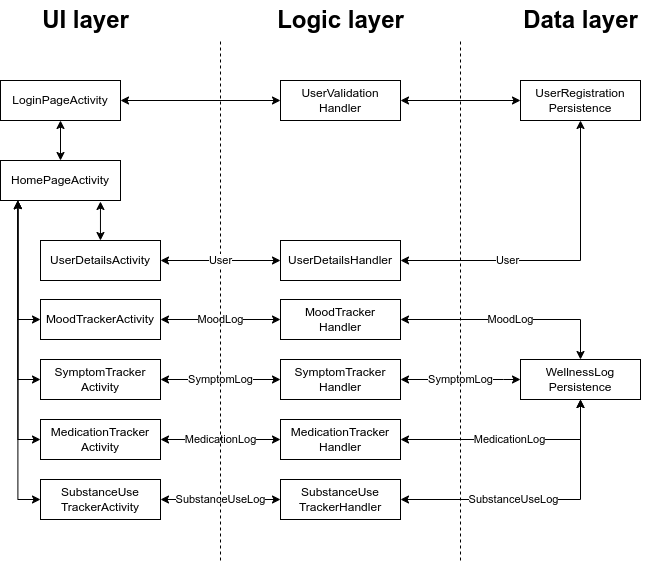
Before: docs/architecture-1.png, a diagram exported from draw.io (alveejawad/WellSync). Source tidied: cells renumbered, new cells last; positions are measured from the earlier drawing's top-left corner, leaving out a move shared by most shapes.
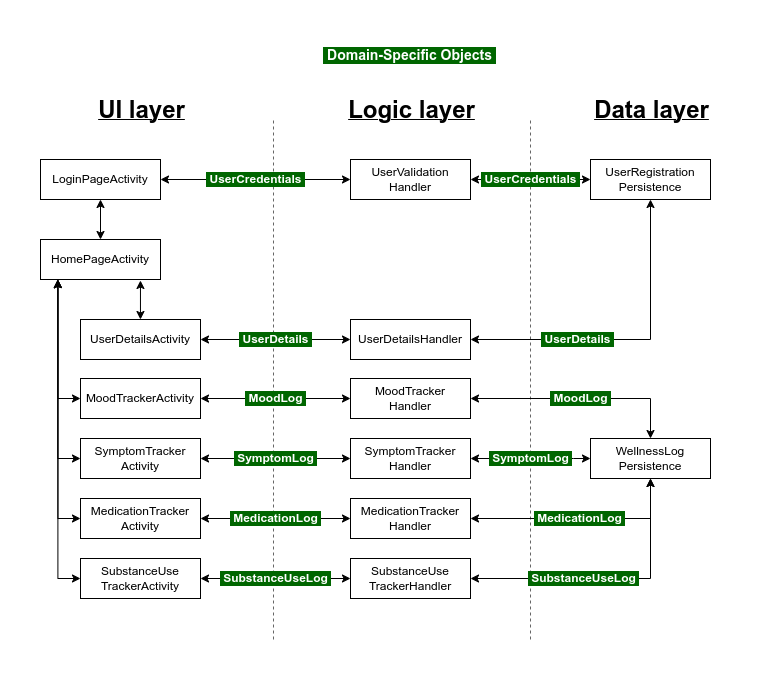
The same file after the commit.

Commit message:
Documentation cleanup; updated arch-1 diagram

Diff of the diagram source:
```diff
@@ -2,44 +2,56 @@
   <root>
     <mxCell id="0" />
     <mxCell id="1" parent="0" />
+    <mxCell id="33" style="endArrow=none;dashed=1;html=1;rounded=0;labelBackgroundColor=default;strokeColor=#666666;strokeWidth=1;align=center;verticalAlign=middle;fontFamily=Helvetica;fontSize=11;fontColor=default;shape=connector;edgeStyle=orthogonalEdgeStyle;" parent="1" edge="1">
+      <mxGeometry relative="1" as="geometry">
+        <mxPoint x="233" y="580" as="sourcePoint" />
+        <mxPoint x="233" y="60" as="targetPoint" />
+      </mxGeometry>
+    </mxCell>
+    <mxCell id="34" style="endArrow=none;dashed=1;html=1;rounded=0;labelBackgroundColor=default;strokeColor=#666666;strokeWidth=1;align=center;verticalAlign=middle;fontFamily=Helvetica;fontSize=11;fontColor=default;shape=connector;edgeStyle=orthogonalEdgeStyle;" parent="1" edge="1">
+      <mxGeometry relative="1" as="geometry">
+        <mxPoint x="490" y="580" as="sourcePoint" />
+        <mxPoint x="490" y="60" as="targetPoint" />
+      </mxGeometry>
+    </mxCell>
-    <mxCell id="2" style="edgeStyle=orthogonalEdgeStyle;shape=connector;rounded=0;jettySize=auto;html=1;exitX=1;exitY=0.5;exitDx=0;exitDy=0;labelBackgroundColor=default;strokeColor=default;strokeWidth=1;align=center;verticalAlign=middle;fontFamily=Helvetica;fontSize=11;fontColor=default;startArrow=classic;startFill=1;endArrow=classic;" parent="1" edge="1" source="3" target="19">
+    <mxCell id="2" value="&amp;nbsp;UserCredentials&amp;nbsp;" style="edgeStyle=orthogonalEdgeStyle;shape=connector;rounded=0;jettySize=auto;html=1;exitX=1;exitY=0.5;exitDx=0;exitDy=0;labelBackgroundColor=#006600;strokeColor=default;strokeWidth=1;align=center;verticalAlign=middle;fontFamily=Helvetica;fontSize=12;fontColor=#FFFFFF;startArrow=classic;startFill=1;endArrow=classic;fontStyle=1;" parent="1" edge="1" source="3" target="19">
       <mxGeometry relative="1" as="geometry" />
     </mxCell>
     <mxCell id="3" value="LoginPageActivity" style="rounded=0;whiteSpace=wrap;html=1;" parent="1" vertex="1">
-      <mxGeometry y="80" width="120" height="40" as="geometry" />
+      <mxGeometry y="100" width="120" height="40" as="geometry" />
     </mxCell>
     <mxCell id="4" style="edgeStyle=orthogonalEdgeStyle;rounded=0;jettySize=auto;html=1;startArrow=classic;startFill=1;" parent="1" edge="1" source="5" target="3">
       <mxGeometry relative="1" as="geometry" />
     </mxCell>
     <mxCell id="5" value="HomePageActivity" style="rounded=0;whiteSpace=wrap;html=1;" parent="1" vertex="1">
-      <mxGeometry y="160" width="120" height="40" as="geometry" />
+      <mxGeometry y="180" width="120" height="40" as="geometry" />
     </mxCell>
-    <mxCell id="6" value="MoodLog" style="edgeStyle=orthogonalEdgeStyle;shape=connector;rounded=0;jettySize=auto;html=1;exitX=1;exitY=0.5;exitDx=0;exitDy=0;entryX=0;entryY=0.5;entryDx=0;entryDy=0;labelBackgroundColor=default;strokeColor=default;strokeWidth=1;align=center;verticalAlign=middle;fontFamily=Helvetica;fontSize=11;fontColor=default;startArrow=classic;startFill=1;endArrow=classic;" parent="1" edge="1" source="7" target="20">
+    <mxCell id="6" value="&amp;nbsp;MoodLog&amp;nbsp;" style="edgeStyle=orthogonalEdgeStyle;shape=connector;rounded=0;jettySize=auto;html=1;exitX=1;exitY=0.5;exitDx=0;exitDy=0;entryX=0;entryY=0.5;entryDx=0;entryDy=0;labelBackgroundColor=#006600;strokeColor=default;strokeWidth=1;align=center;verticalAlign=middle;fontFamily=Helvetica;fontSize=12;fontColor=#FFFFFF;startArrow=classic;startFill=1;endArrow=classic;fontStyle=1;" parent="1" edge="1" source="7" target="20">
       <mxGeometry relative="1" as="geometry" />
     </mxCell>
     <mxCell id="7" value="MoodTrackerActivity" style="rounded=0;whiteSpace=wrap;html=1;" parent="1" vertex="1">
-      <mxGeometry x="40" y="299" width="120" height="40" as="geometry" />
+      <mxGeometry x="40" y="319" width="120" height="40" as="geometry" />
     </mxCell>
-    <mxCell id="8" value="SymptomLog" style="edgeStyle=orthogonalEdgeStyle;shape=connector;rounded=0;jettySize=auto;html=1;exitX=1;exitY=0.5;exitDx=0;exitDy=0;labelBackgroundColor=default;strokeColor=default;strokeWidth=1;align=center;verticalAlign=middle;fontFamily=Helvetica;fontSize=11;fontColor=default;startArrow=classic;startFill=1;endArrow=classic;" parent="1" edge="1" source="9" target="22">
+    <mxCell id="8" value="&amp;nbsp;SymptomLog&amp;nbsp;" style="edgeStyle=orthogonalEdgeStyle;shape=connector;rounded=0;jettySize=auto;html=1;exitX=1;exitY=0.5;exitDx=0;exitDy=0;labelBackgroundColor=#006600;strokeColor=default;strokeWidth=1;align=center;verticalAlign=middle;fontFamily=Helvetica;fontSize=12;fontColor=#FFFFFF;startArrow=classic;startFill=1;endArrow=classic;fontStyle=1;" parent="1" edge="1" source="9" target="22">
       <mxGeometry relative="1" as="geometry" />
     </mxCell>
     <mxCell id="9" value="SymptomTracker&lt;br&gt;Activity" style="rounded=0;whiteSpace=wrap;html=1;" parent="1" vertex="1">
-      <mxGeometry x="40" y="359" width="120" height="40" as="geometry" />
+      <mxGeometry x="40" y="379" width="120" height="40" as="geometry" />
     </mxCell>
-    <mxCell id="10" value="MedicationLog" style="edgeStyle=orthogonalEdgeStyle;shape=connector;rounded=0;jettySize=auto;html=1;exitX=1;exitY=0.5;exitDx=0;exitDy=0;entryX=0;entryY=0.5;entryDx=0;entryDy=0;labelBackgroundColor=default;strokeColor=default;strokeWidth=1;align=center;verticalAlign=middle;fontFamily=Helvetica;fontSize=11;fontColor=default;startArrow=classic;startFill=1;endArrow=classic;" parent="1" edge="1" source="11" target="24">
+    <mxCell id="10" value="&amp;nbsp;MedicationLog&amp;nbsp;" style="edgeStyle=orthogonalEdgeStyle;shape=connector;rounded=0;jettySize=auto;html=1;exitX=1;exitY=0.5;exitDx=0;exitDy=0;entryX=0;entryY=0.5;entryDx=0;entryDy=0;labelBackgroundColor=#006600;strokeColor=default;strokeWidth=1;align=center;verticalAlign=middle;fontFamily=Helvetica;fontSize=12;fontColor=#FFFFFF;startArrow=classic;startFill=1;endArrow=classic;fontStyle=1;" parent="1" edge="1" source="11" target="24">
       <mxGeometry relative="1" as="geometry" />
     </mxCell>
     <mxCell id="11" value="MedicationTracker&lt;br&gt;Activity" style="rounded=0;whiteSpace=wrap;html=1;" parent="1" vertex="1">
-      <mxGeometry x="40" y="419" width="120" height="40" as="geometry" />
+      <mxGeometry x="40" y="439" width="120" height="40" as="geometry" />
     </mxCell>
     <mxCell id="12" style="edgeStyle=orthogonalEdgeStyle;rounded=0;jettySize=auto;html=1;exitX=0;exitY=0.5;exitDx=0;exitDy=0;startArrow=classic;startFill=1;entryX=0.145;entryY=1.004;entryDx=0;entryDy=0;entryPerimeter=0;" parent="1" edge="1" source="14" target="5">
       <mxGeometry relative="1" as="geometry" />
     </mxCell>
-    <mxCell id="13" value="SubstanceUseLog" style="edgeStyle=orthogonalEdgeStyle;shape=connector;rounded=0;jettySize=auto;html=1;exitX=1;exitY=0.5;exitDx=0;exitDy=0;entryX=0;entryY=0.5;entryDx=0;entryDy=0;labelBackgroundColor=default;strokeColor=default;strokeWidth=1;align=center;verticalAlign=middle;fontFamily=Helvetica;fontSize=11;fontColor=default;startArrow=classic;startFill=1;endArrow=classic;" parent="1" edge="1" source="14" target="25">
+    <mxCell id="13" value="&amp;nbsp;SubstanceUseLog&amp;nbsp;" style="edgeStyle=orthogonalEdgeStyle;shape=connector;rounded=0;jettySize=auto;html=1;exitX=1;exitY=0.5;exitDx=0;exitDy=0;entryX=0;entryY=0.5;entryDx=0;entryDy=0;labelBackgroundColor=#006600;strokeColor=default;strokeWidth=1;align=center;verticalAlign=middle;fontFamily=Helvetica;fontSize=12;fontColor=#FFFFFF;startArrow=classic;startFill=1;endArrow=classic;fontStyle=1;" parent="1" edge="1" source="14" target="25">
       <mxGeometry relative="1" as="geometry" />
     </mxCell>
     <mxCell id="14" value="SubstanceUse&lt;br&gt;TrackerActivity" style="rounded=0;whiteSpace=wrap;html=1;" parent="1" vertex="1">
-      <mxGeometry x="40" y="479" width="120" height="40" as="geometry" />
+      <mxGeometry x="40" y="499" width="120" height="40" as="geometry" />
     </mxCell>
     <mxCell id="15" style="edgeStyle=orthogonalEdgeStyle;rounded=0;jettySize=auto;html=1;exitX=0;exitY=0.5;exitDx=0;exitDy=0;entryX=0.145;entryY=1.003;entryDx=0;entryDy=0;entryPerimeter=0;startArrow=classic;startFill=1;strokeWidth=1;" parent="1" edge="1" source="7" target="5">
       <mxGeometry relative="1" as="geometry" />
@@ -50,82 +62,73 @@
     <mxCell id="17" style="edgeStyle=orthogonalEdgeStyle;rounded=0;jettySize=auto;html=1;exitX=0;exitY=0.5;exitDx=0;exitDy=0;entryX=0.145;entryY=1;entryDx=0;entryDy=0;entryPerimeter=0;startArrow=classic;startFill=1;" parent="1" edge="1" source="11" target="5">
       <mxGeometry relative="1" as="geometry" />
     </mxCell>
-    <mxCell id="18" style="edgeStyle=orthogonalEdgeStyle;shape=connector;rounded=0;jettySize=auto;html=1;exitX=1;exitY=0.5;exitDx=0;exitDy=0;labelBackgroundColor=default;strokeColor=default;strokeWidth=1;align=center;verticalAlign=middle;fontFamily=Helvetica;fontSize=11;fontColor=default;startArrow=classic;startFill=1;endArrow=classic;" parent="1" edge="1" source="19" target="29">
+    <mxCell id="18" value="&amp;nbsp;UserCredentials&amp;nbsp;" style="edgeStyle=orthogonalEdgeStyle;shape=connector;rounded=0;jettySize=auto;html=1;exitX=1;exitY=0.5;exitDx=0;exitDy=0;labelBackgroundColor=#006600;strokeColor=default;strokeWidth=1;align=center;verticalAlign=middle;fontFamily=Helvetica;fontSize=12;fontColor=#FFFFFF;startArrow=classic;startFill=1;endArrow=classic;fontStyle=1;" parent="1" edge="1" source="19" target="29">
       <mxGeometry relative="1" as="geometry" />
     </mxCell>
     <mxCell id="19" value="UserValidation&lt;br&gt;Handler" style="rounded=0;whiteSpace=wrap;html=1;" parent="1" vertex="1">
-      <mxGeometry x="280" y="80" width="120" height="40" as="geometry" />
+      <mxGeometry x="310" y="100" width="120" height="40" as="geometry" />
     </mxCell>
     <mxCell id="20" value="MoodTracker&lt;br&gt;Handler" style="rounded=0;whiteSpace=wrap;html=1;" parent="1" vertex="1">
-      <mxGeometry x="280" y="299" width="120" height="40" as="geometry" />
+      <mxGeometry x="310" y="319" width="120" height="40" as="geometry" />
     </mxCell>
-    <mxCell id="21" value="SymptomLog" style="edgeStyle=orthogonalEdgeStyle;shape=connector;rounded=0;jettySize=auto;html=1;exitX=1;exitY=0.5;exitDx=0;exitDy=0;entryX=0;entryY=0.5;entryDx=0;entryDy=0;labelBackgroundColor=default;strokeColor=default;strokeWidth=1;align=center;verticalAlign=middle;fontFamily=Helvetica;fontSize=11;fontColor=default;startArrow=classic;startFill=1;endArrow=classic;" parent="1" edge="1" source="22" target="27">
+    <mxCell id="21" value="&amp;nbsp;SymptomLog&amp;nbsp;" style="edgeStyle=orthogonalEdgeStyle;shape=connector;rounded=0;jettySize=auto;html=1;exitX=1;exitY=0.5;exitDx=0;exitDy=0;entryX=0;entryY=0.5;entryDx=0;entryDy=0;labelBackgroundColor=#006600;strokeColor=default;strokeWidth=1;align=center;verticalAlign=middle;fontFamily=Helvetica;fontSize=12;fontColor=#FFFFFF;startArrow=classic;startFill=1;endArrow=classic;fontStyle=1;" parent="1" edge="1" source="22" target="27">
       <mxGeometry relative="1" as="geometry">
         <Array as="points">
-          <mxPoint x="503" y="379" />
-          <mxPoint x="503" y="379" />
+          <mxPoint x="533" y="399" />
+          <mxPoint x="533" y="399" />
         </Array>
       </mxGeometry>
     </mxCell>
     <mxCell id="22" value="SymptomTracker&lt;br&gt;Handler" style="rounded=0;whiteSpace=wrap;html=1;" parent="1" vertex="1">
-      <mxGeometry x="280" y="359" width="120" height="40" as="geometry" />
+      <mxGeometry x="310" y="379" width="120" height="40" as="geometry" />
     </mxCell>
-    <mxCell id="23" value="MedicationLog" style="edgeStyle=orthogonalEdgeStyle;shape=connector;rounded=0;jettySize=auto;html=1;exitX=1;exitY=0.5;exitDx=0;exitDy=0;entryX=0.5;entryY=1;entryDx=0;entryDy=0;labelBackgroundColor=default;strokeColor=default;strokeWidth=1;align=center;verticalAlign=middle;fontFamily=Helvetica;fontSize=11;fontColor=default;startArrow=classic;startFill=1;endArrow=classic;" parent="1" edge="1" source="24" target="27">
+    <mxCell id="23" value="&amp;nbsp;MedicationLog&amp;nbsp;" style="edgeStyle=orthogonalEdgeStyle;shape=connector;rounded=0;jettySize=auto;html=1;exitX=1;exitY=0.5;exitDx=0;exitDy=0;entryX=0.5;entryY=1;entryDx=0;entryDy=0;labelBackgroundColor=#006600;strokeColor=default;strokeWidth=1;align=center;verticalAlign=middle;fontFamily=Helvetica;fontSize=12;fontColor=#FFFFFF;startArrow=classic;startFill=1;endArrow=classic;fontStyle=1;" parent="1" edge="1" source="24" target="27">
       <mxGeometry x="-0.01" relative="1" as="geometry" />
     </mxCell>
     <mxCell id="24" value="MedicationTracker&lt;br&gt;Handler" style="rounded=0;whiteSpace=wrap;html=1;" parent="1" vertex="1">
-      <mxGeometry x="280" y="419" width="120" height="40" as="geometry" />
+      <mxGeometry x="310" y="439" width="120" height="40" as="geometry" />
     </mxCell>
     <mxCell id="25" value="SubstanceUse&lt;br&gt;TrackerHandler" style="rounded=0;whiteSpace=wrap;html=1;" parent="1" vertex="1">
-      <mxGeometry x="280" y="479" width="120" height="40" as="geometry" />
+      <mxGeometry x="310" y="499" width="120" height="40" as="geometry" />
     </mxCell>
-    <mxCell id="26" value="MoodLog" style="edgeStyle=orthogonalEdgeStyle;shape=connector;rounded=0;jettySize=auto;html=1;exitX=0.5;exitY=0;exitDx=0;exitDy=0;entryX=1;entryY=0.5;entryDx=0;entryDy=0;labelBackgroundColor=default;strokeColor=default;strokeWidth=1;align=center;verticalAlign=middle;fontFamily=Helvetica;fontSize=11;fontColor=default;startArrow=classic;startFill=1;endArrow=classic;" parent="1" edge="1" source="27" target="20">
+    <mxCell id="26" value="&amp;nbsp;MoodLog&amp;nbsp;" style="edgeStyle=orthogonalEdgeStyle;shape=connector;rounded=0;jettySize=auto;html=1;exitX=0.5;exitY=0;exitDx=0;exitDy=0;entryX=1;entryY=0.5;entryDx=0;entryDy=0;labelBackgroundColor=#006600;strokeColor=default;strokeWidth=1;align=center;verticalAlign=middle;fontFamily=Helvetica;fontSize=12;fontColor=#FFFFFF;startArrow=classic;startFill=1;endArrow=classic;fontStyle=1;" parent="1" edge="1" source="27" target="20">
       <mxGeometry relative="1" as="geometry" />
     </mxCell>
     <mxCell id="27" value="WellnessLog&lt;br&gt;Persistence" style="rounded=0;whiteSpace=wrap;html=1;" parent="1" vertex="1">
-      <mxGeometry x="520" y="359" width="120" height="40" as="geometry" />
+      <mxGeometry x="550" y="379" width="120" height="40" as="geometry" />
     </mxCell>
-    <mxCell id="28" value="SubstanceUseLog" style="edgeStyle=orthogonalEdgeStyle;shape=connector;rounded=0;jettySize=auto;html=1;exitX=0.5;exitY=1;exitDx=0;exitDy=0;entryX=1;entryY=0.5;entryDx=0;entryDy=0;labelBackgroundColor=default;strokeColor=default;strokeWidth=1;align=center;verticalAlign=middle;fontFamily=Helvetica;fontSize=11;fontColor=default;startArrow=classic;startFill=1;endArrow=classic;" parent="1" edge="1" source="27" target="25">
+    <mxCell id="28" value="&amp;nbsp;SubstanceUseLog&amp;nbsp;" style="edgeStyle=orthogonalEdgeStyle;shape=connector;rounded=0;jettySize=auto;html=1;exitX=0.5;exitY=1;exitDx=0;exitDy=0;entryX=1;entryY=0.5;entryDx=0;entryDy=0;labelBackgroundColor=#006600;strokeColor=default;strokeWidth=1;align=center;verticalAlign=middle;fontFamily=Helvetica;fontSize=12;fontColor=#FFFFFF;startArrow=classic;startFill=1;endArrow=classic;fontStyle=1;" parent="1" edge="1" source="27" target="25">
       <mxGeometry x="0.19" relative="1" as="geometry" />
     </mxCell>
     <mxCell id="29" value="UserRegistration&lt;br&gt;Persistence" style="rounded=0;whiteSpace=wrap;html=1;" parent="1" vertex="1">
-      <mxGeometry x="520" y="80" width="120" height="40" as="geometry" />
+      <mxGeometry x="550" y="100" width="120" height="40" as="geometry" />
     </mxCell>
-    <mxCell id="30" value="&lt;font style=&quot;font-size: 24px;&quot;&gt;&lt;b&gt;UI layer&lt;/b&gt;&lt;/font&gt;" style="text;html=1;align=center;verticalAlign=middle;strokeColor=none;fillColor=none;fontSize=11;fontFamily=Helvetica;fontColor=default;" parent="1" vertex="1">
-      <mxGeometry x="30" width="110" height="40" as="geometry" />
+    <mxCell id="30" value="&lt;font style=&quot;font-size: 24px;&quot;&gt;&lt;b&gt;UI layer&lt;/b&gt;&lt;/font&gt;" style="text;html=1;align=center;verticalAlign=middle;strokeColor=none;fillColor=none;fontSize=11;fontFamily=Helvetica;fontColor=default;fontStyle=4;" parent="1" vertex="1">
+      <mxGeometry x="48" y="30" width="105" height="41" as="geometry" />
     </mxCell>
-    <mxCell id="31" value="&lt;font style=&quot;font-size: 24px;&quot;&gt;&lt;b&gt;Logic layer&lt;/b&gt;&lt;/font&gt;" style="text;html=1;align=center;verticalAlign=middle;strokeColor=none;fillColor=none;fontSize=11;fontFamily=Helvetica;fontColor=default;" parent="1" vertex="1">
-      <mxGeometry x="265" width="150" height="40" as="geometry" />
+    <mxCell id="31" value="&lt;font style=&quot;font-size: 24px;&quot;&gt;&lt;b&gt;Logic layer&lt;/b&gt;&lt;/font&gt;" style="text;html=1;align=center;verticalAlign=middle;strokeColor=none;fillColor=none;fontSize=11;fontFamily=Helvetica;fontColor=default;fontStyle=4;" parent="1" vertex="1">
+      <mxGeometry x="298" y="30" width="145" height="41" as="geometry" />
     </mxCell>
-    <mxCell id="32" value="&lt;span style=&quot;font-size: 24px;&quot;&gt;&lt;b&gt;Data layer&lt;/b&gt;&lt;/span&gt;" style="text;html=1;align=center;verticalAlign=middle;strokeColor=none;fillColor=none;fontSize=11;fontFamily=Helvetica;fontColor=default;" parent="1" vertex="1">
-      <mxGeometry x="510" width="140" height="40" as="geometry" />
+    <mxCell id="32" value="&lt;span style=&quot;font-size: 24px;&quot;&gt;&lt;b&gt;Data layer&lt;/b&gt;&lt;/span&gt;" style="text;html=1;align=center;verticalAlign=middle;strokeColor=none;fillColor=none;fontSize=11;fontFamily=Helvetica;fontColor=default;fontStyle=4;" parent="1" vertex="1">
+      <mxGeometry x="544" y="30" width="133" height="41" as="geometry" />
     </mxCell>
-    <mxCell id="33" style="endArrow=none;dashed=1;html=1;rounded=0;labelBackgroundColor=default;strokeColor=default;strokeWidth=1;align=center;verticalAlign=middle;fontFamily=Helvetica;fontSize=11;fontColor=default;shape=connector;edgeStyle=orthogonalEdgeStyle;" parent="1" edge="1">
-      <mxGeometry relative="1" as="geometry">
-        <mxPoint x="220" y="560" as="sourcePoint" />
-        <mxPoint x="220" y="40" as="targetPoint" />
-      </mxGeometry>
-    </mxCell>
-    <mxCell id="34" style="endArrow=none;dashed=1;html=1;rounded=0;labelBackgroundColor=default;strokeColor=default;strokeWidth=1;align=center;verticalAlign=middle;fontFamily=Helvetica;fontSize=11;fontColor=default;shape=connector;edgeStyle=orthogonalEdgeStyle;" parent="1" edge="1">
-      <mxGeometry relative="1" as="geometry">
-        <mxPoint x="460" y="560" as="sourcePoint" />
-        <mxPoint x="460" y="40" as="targetPoint" />
-      </mxGeometry>
-    </mxCell>
     <mxCell id="35" style="edgeStyle=orthogonalEdgeStyle;shape=connector;rounded=0;jettySize=auto;html=1;labelBackgroundColor=default;strokeColor=default;strokeWidth=1;align=center;verticalAlign=middle;fontFamily=Helvetica;fontSize=11;fontColor=default;startArrow=classic;startFill=1;endArrow=classic;entryX=0.833;entryY=1.025;entryDx=0;entryDy=0;entryPerimeter=0;" parent="1" edge="1" source="37" target="5">
       <mxGeometry relative="1" as="geometry" />
     </mxCell>
-    <mxCell id="36" value="User" style="edgeStyle=orthogonalEdgeStyle;shape=connector;rounded=0;jettySize=auto;html=1;exitX=1;exitY=0.5;exitDx=0;exitDy=0;labelBackgroundColor=default;strokeColor=default;strokeWidth=1;align=center;verticalAlign=middle;fontFamily=Helvetica;fontSize=11;fontColor=default;startArrow=classic;startFill=1;endArrow=classic;" parent="1" edge="1" source="37" target="39">
+    <mxCell id="36" value="&amp;nbsp;UserDetails&amp;nbsp;" style="edgeStyle=orthogonalEdgeStyle;shape=connector;rounded=0;jettySize=auto;html=1;exitX=1;exitY=0.5;exitDx=0;exitDy=0;labelBackgroundColor=#006600;strokeColor=default;strokeWidth=1;align=center;verticalAlign=middle;fontFamily=Helvetica;fontSize=12;fontColor=#FFFFFF;startArrow=classic;startFill=1;endArrow=classic;fontStyle=1;" parent="1" edge="1" source="37" target="39">
       <mxGeometry relative="1" as="geometry" />
     </mxCell>
     <mxCell id="37" value="UserDetailsActivity" style="rounded=0;whiteSpace=wrap;html=1;" parent="1" vertex="1">
-      <mxGeometry x="40" y="240" width="120" height="40" as="geometry" />
+      <mxGeometry x="40" y="260" width="120" height="40" as="geometry" />
     </mxCell>
-    <mxCell id="38" value="User" style="edgeStyle=orthogonalEdgeStyle;shape=connector;rounded=0;jettySize=auto;html=1;exitX=1;exitY=0.5;exitDx=0;exitDy=0;entryX=0.5;entryY=1;entryDx=0;entryDy=0;labelBackgroundColor=default;strokeColor=default;strokeWidth=1;align=center;verticalAlign=middle;fontFamily=Helvetica;fontSize=11;fontColor=default;startArrow=classic;startFill=1;endArrow=classic;" parent="1" edge="1" source="39" target="29">
+    <mxCell id="38" value="&amp;nbsp;UserDetails&amp;nbsp;" style="edgeStyle=orthogonalEdgeStyle;shape=connector;rounded=0;jettySize=auto;html=1;exitX=1;exitY=0.5;exitDx=0;exitDy=0;entryX=0.5;entryY=1;entryDx=0;entryDy=0;labelBackgroundColor=#006600;strokeColor=default;strokeWidth=1;align=center;verticalAlign=middle;fontFamily=Helvetica;fontSize=12;fontColor=#FFFFFF;startArrow=classic;startFill=1;endArrow=classic;fontStyle=1;" parent="1" edge="1" source="39" target="29">
       <mxGeometry x="-0.33" relative="1" as="geometry" />
     </mxCell>
     <mxCell id="39" value="UserDetailsHandler" style="rounded=0;whiteSpace=wrap;html=1;" parent="1" vertex="1">
-      <mxGeometry x="280" y="240" width="120" height="40" as="geometry" />
+      <mxGeometry x="310" y="260" width="120" height="40" as="geometry" />
     </mxCell>
+    <mxCell id="40" value="&amp;nbsp;Domain-Specific Objects&amp;nbsp;" style="text;html=1;align=center;verticalAlign=middle;strokeColor=none;fillColor=none;labelBackgroundColor=#006600;endArrow=classic;rounded=0;fontColor=#FFFFFF;strokeWidth=1;startArrow=classic;startFill=1;fontStyle=1;fontSize=14;" parent="1" vertex="1">
+      <mxGeometry x="273" y="-19" width="191" height="29" as="geometry" />
+    </mxCell>
   </root>
 </mxGraphModel>
```
